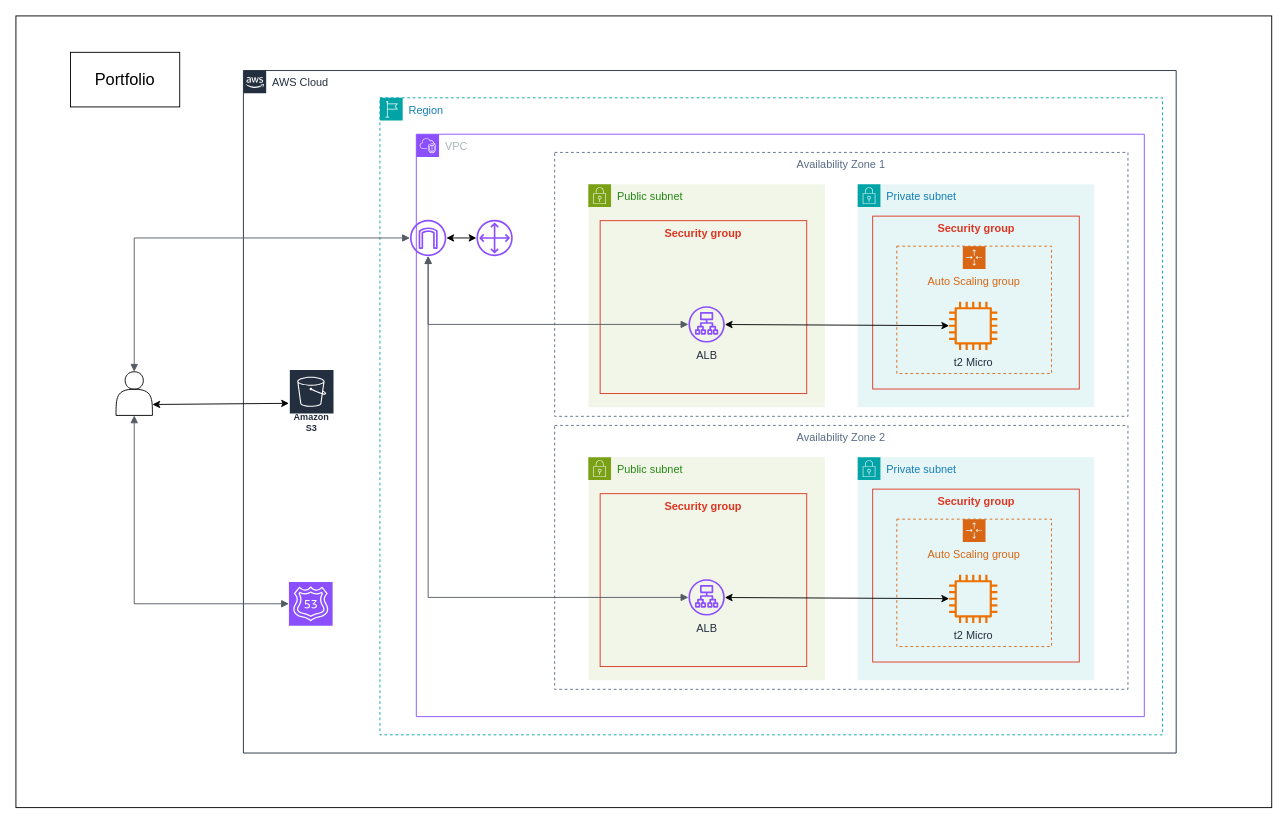
The draw.io diagram AWS Cloud.drawio in joseag312/portfolio-react-webpage, before the edit. Source tidied: cells renumbered, new cells numbered last; positions are measured from the earlier drawing's top-left corner, leaving out a move shared by most shapes. Both pictures are drawn from the tidied source at 91%, with x=0, y=0 at pixel (15, 15).
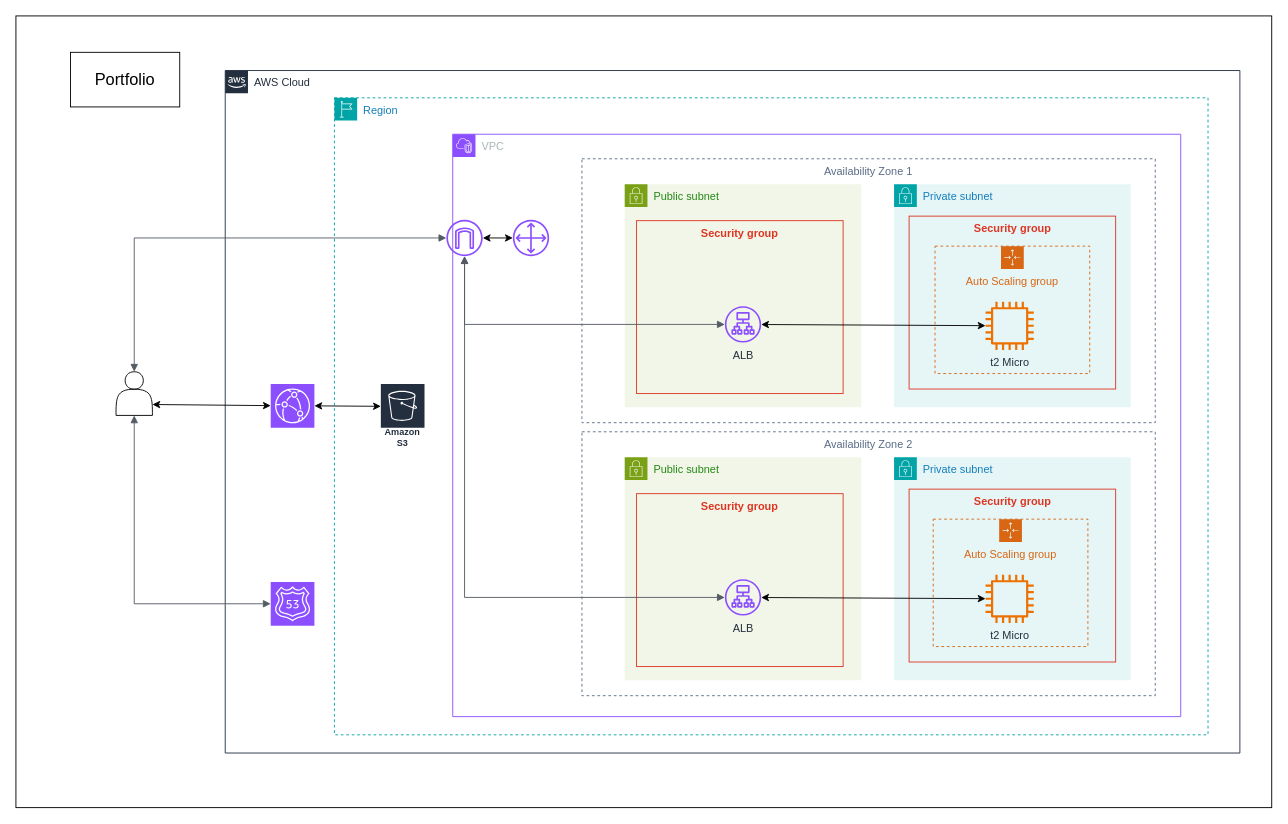
After the change.

The change refers to these unchanged cells:
```xml
<mxCell id="14" value="Private subnet" style="gradientColor=none;html=1;whiteSpace=wrap;fontSize=12;fontStyle=0;shape=mxgraph.aws4.group;grIcon=mxgraph.aws4.group_security_group;grStroke=0;strokeColor=#00A4A6;fillColor=#E6F6F7;verticalAlign=top;align=left;spacingLeft=30;fontColor=#147EBA;dashed=0;" parent="5" vertex="1">
  <mxGeometry x="485" y="55" width="260" height="245" as="geometry" />
</mxCell>
<mxCell id="33" style="shape=actor;whiteSpace=wrap;html=1;fontStyle=1;" parent="1" vertex="1">
  <mxGeometry x="110" y="391" width="40" height="48" as="geometry" />
</mxCell>
```

What changed in the source:
```diff
@@
     <mxCell id="3" value="AWS Cloud" style="gradientColor=none;html=1;whiteSpace=wrap;fontSize=12;fontStyle=0;shape=mxgraph.aws4.group;grIcon=mxgraph.aws4.group_aws_cloud_alt;strokeColor=#232F3E;fillColor=none;verticalAlign=top;align=left;spacingLeft=30;fontColor=#232F3E;dashed=0;" parent="1" vertex="1">
-      <mxGeometry x="250" y="60" width="1025" height="750" as="geometry" />
+      <mxGeometry x="230" y="60" width="1115" height="750" as="geometry" />
     </mxCell>
     <mxCell id="4" value="Region" style="gradientColor=none;html=1;whiteSpace=wrap;fontSize=12;fontStyle=0;shape=mxgraph.aws4.group;grIcon=mxgraph.aws4.group_region;strokeColor=#00A4A6;fillColor=none;verticalAlign=top;align=left;spacingLeft=30;fontColor=#147EBA;dashed=1;" parent="3" vertex="1">
-      <mxGeometry x="150" y="30" width="860" height="700" as="geometry" />
+      <mxGeometry x="120" y="30" width="960" height="700" as="geometry" />
     </mxCell>
     <mxCell id="5" value="VPC" style="gradientColor=none;html=1;whiteSpace=wrap;fontSize=12;fontStyle=0;shape=mxgraph.aws4.group;grIcon=mxgraph.aws4.group_vpc2;strokeColor=#8C4FFF;fillColor=none;verticalAlign=top;align=left;spacingLeft=30;fontColor=#AAB7B8;dashed=0;" parent="4" vertex="1">
-      <mxGeometry x="40" y="40" width="800" height="640" as="geometry" />
+      <mxGeometry x="130" y="40" width="800" height="640" as="geometry" />
     </mxCell>
@@
     <mxCell id="9" value="Availability Zone 1" style="fillColor=none;strokeColor=#5A6C86;dashed=1;verticalAlign=top;fontStyle=0;fontColor=#5A6C86;whiteSpace=wrap;html=1;" parent="5" vertex="1">
-      <mxGeometry x="152" y="20" width="630" height="290" as="geometry" />
+      <mxGeometry x="142" y="27" width="630" height="290" as="geometry" />
     </mxCell>
@@
+    <mxCell id="32" value="Auto Scaling group" style="gradientColor=none;html=1;whiteSpace=wrap;fontSize=12;fontStyle=0;shape=mxgraph.aws4.groupCenter;grIcon=mxgraph.aws4.group_auto_scaling_group;grStroke=1;strokeColor=#D86613;fillColor=none;verticalAlign=top;align=center;fontColor=#D86613;dashed=1;spacingTop=25;" parent="14" vertex="1">
+      <mxGeometry x="45" y="68" width="170" height="140" as="geometry" />
+    </mxCell>
@@
     <mxCell id="19" value="Availability Zone 2" style="fillColor=none;strokeColor=#5A6C86;dashed=1;verticalAlign=top;fontStyle=0;fontColor=#5A6C86;whiteSpace=wrap;html=1;" parent="5" vertex="1">
-      <mxGeometry x="152" y="320" width="630" height="290" as="geometry" />
+      <mxGeometry x="142" y="327" width="630" height="290" as="geometry" />
     </mxCell>
@@
     <mxCell id="31" value="Amazon S3" style="sketch=0;outlineConnect=0;fontColor=#232F3E;gradientColor=none;strokeColor=#ffffff;fillColor=#232F3E;dashed=0;verticalLabelPosition=middle;verticalAlign=bottom;align=center;html=1;whiteSpace=wrap;fontSize=10;fontStyle=1;spacing=3;shape=mxgraph.aws4.productIcon;prIcon=mxgraph.aws4.s3;" parent="3" vertex="1">
-      <mxGeometry x="50" y="328" width="50" height="75" as="geometry" />
+      <mxGeometry x="170" y="343.5" width="50" height="75" as="geometry" />
     </mxCell>
-    <mxCell id="32" value="Auto Scaling group" style="gradientColor=none;html=1;whiteSpace=wrap;fontSize=12;fontStyle=0;shape=mxgraph.aws4.groupCenter;grIcon=mxgraph.aws4.group_auto_scaling_group;grStroke=1;strokeColor=#D86613;fillColor=none;verticalAlign=top;align=center;fontColor=#D86613;dashed=1;spacingTop=25;" parent="1" vertex="1">
-      <mxGeometry x="968" y="253" width="170" height="140" as="geometry" />
-    </mxCell>
@@
-    <mxCell id="38" style="endArrow=classic;startArrow=classic;html=1;rounded=0;exitX=1;exitY=0.75;exitDx=0;exitDy=0;" parent="1" edge="1" source="33" target="31">
-      <mxGeometry relative="1" as="geometry" />
+    <mxCell id="38" style="endArrow=classic;startArrow=classic;html=1;rounded=0;exitX=1;exitY=0.5;exitDx=0;exitDy=0;exitPerimeter=0;" parent="1" edge="1" source="40">
+      <mxGeometry relative="1" as="geometry">
+        <mxPoint x="401" y="429" as="targetPoint" />
+      </mxGeometry>
     </mxCell>
+    <mxCell id="39" style="endArrow=classic;startArrow=classic;html=1;rounded=0;exitX=1;exitY=0.75;exitDx=0;exitDy=0;" parent="1" edge="1" source="33" target="40">
+      <mxGeometry relative="1" as="geometry" />
+    </mxCell>
+    <mxCell id="40" style="sketch=0;points=[[0,0,0],[0.25,0,0],[0.5,0,0],[0.75,0,0],[1,0,0],[0,1,0],[0.25,1,0],[0.5,1,0],[0.75,1,0],[1,1,0],[0,0.25,0],[0,0.5,0],[0,0.75,0],[1,0.25,0],[1,0.5,0],[1,0.75,0]];outlineConnect=0;fontColor=#232F3E;fillColor=#8C4FFF;strokeColor=#ffffff;dashed=0;verticalLabelPosition=bottom;verticalAlign=top;align=center;html=1;fontSize=12;fontStyle=0;shape=mxgraph.aws4.resourceIcon;resIcon=mxgraph.aws4.cloudfront;" parent="1" vertex="1">
+      <mxGeometry x="280" y="404.5" width="48" height="48" as="geometry" />
+    </mxCell>
```
